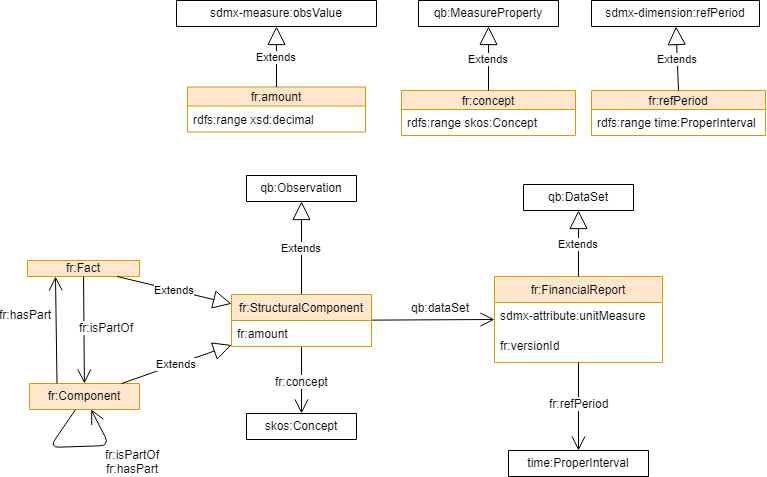
This is doc/uml-diagram.png from linkeddatacenter/BOTK-fr, a draw.io export, as it was before one commit. Source tidied: cells renumbered, new cells last; positions are measured from the earlier drawing's top-left corner, leaving out a move shared by most shapes.
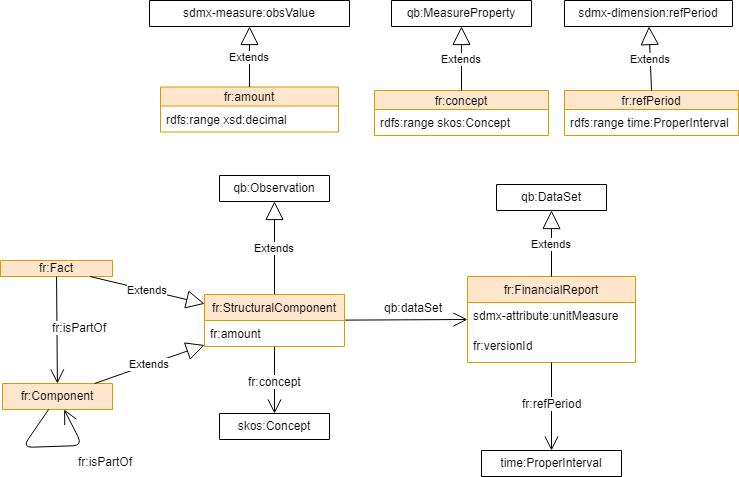
The same file after the commit.

What changed in the source:
```diff
@@ -118,19 +118,11 @@
         </Array>
       </mxGeometry>
     </mxCell>
-    <mxCell id="37" value="fr:isPartOf&lt;br&gt;fr:hasPart&lt;br&gt;" style="text;html=1;align=center;verticalAlign=middle;labelBackgroundColor=#ffffff;" parent="36" vertex="1">
+    <mxCell id="37" value="fr:isPartOf" style="text;html=1;align=center;verticalAlign=middle;labelBackgroundColor=#ffffff;" parent="36" vertex="1">
       <mxGeometry x="0.4" y="-5" relative="1" as="geometry">
         <mxPoint x="25" y="10.5" as="offset" />
       </mxGeometry>
     </mxCell>
-    <mxCell id="38" style="endArrow=open;endFill=1;endSize=12;html=1;exitX=0.25;exitY=0;entryX=0.25;entryY=1;" parent="1" edge="1" source="13" target="2">
-      <mxGeometry relative="1" as="geometry" />
-    </mxCell>
-    <mxCell id="39" value="fr:hasPart" style="text;html=1;align=center;verticalAlign=middle;labelBackgroundColor=#ffffff;" parent="38" vertex="1">
-      <mxGeometry x="0.4" y="-5" relative="1" as="geometry">
-        <mxPoint x="-35.5" y="6" as="offset" />
-      </mxGeometry>
-    </mxCell>
     <mxCell id="40" style="endArrow=open;endFill=1;endSize=12;html=1;" parent="1" edge="1" source="3" target="9">
       <mxGeometry x="0.08" relative="1" as="geometry" />
     </mxCell>
```
